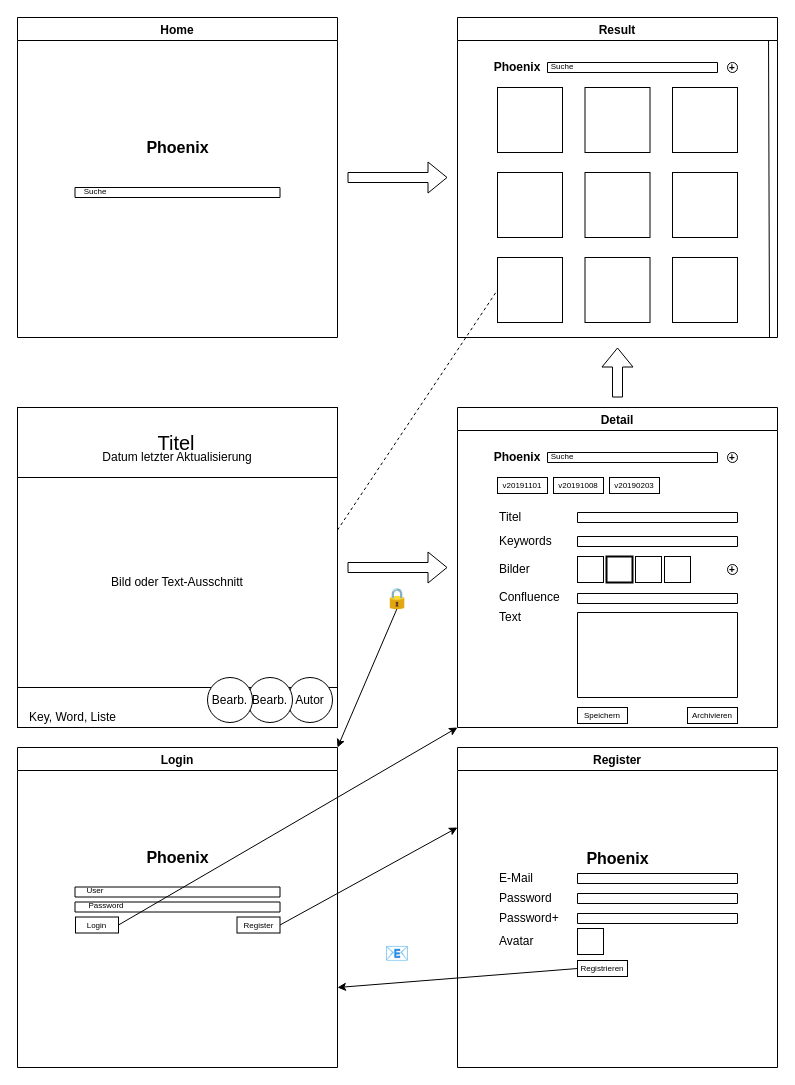
Skadisson/phoenix keeps this draw.io diagram as src/phoenix.drawio. Above is the earlier version. Source tidied: cells renumbered, new cells numbered last; positions are measured from the earlier drawing's top-left corner, leaving out a move shared by most shapes. Both pictures are drawn from the tidied source at 100%, with x=0, y=0 at pixel (17, 17).
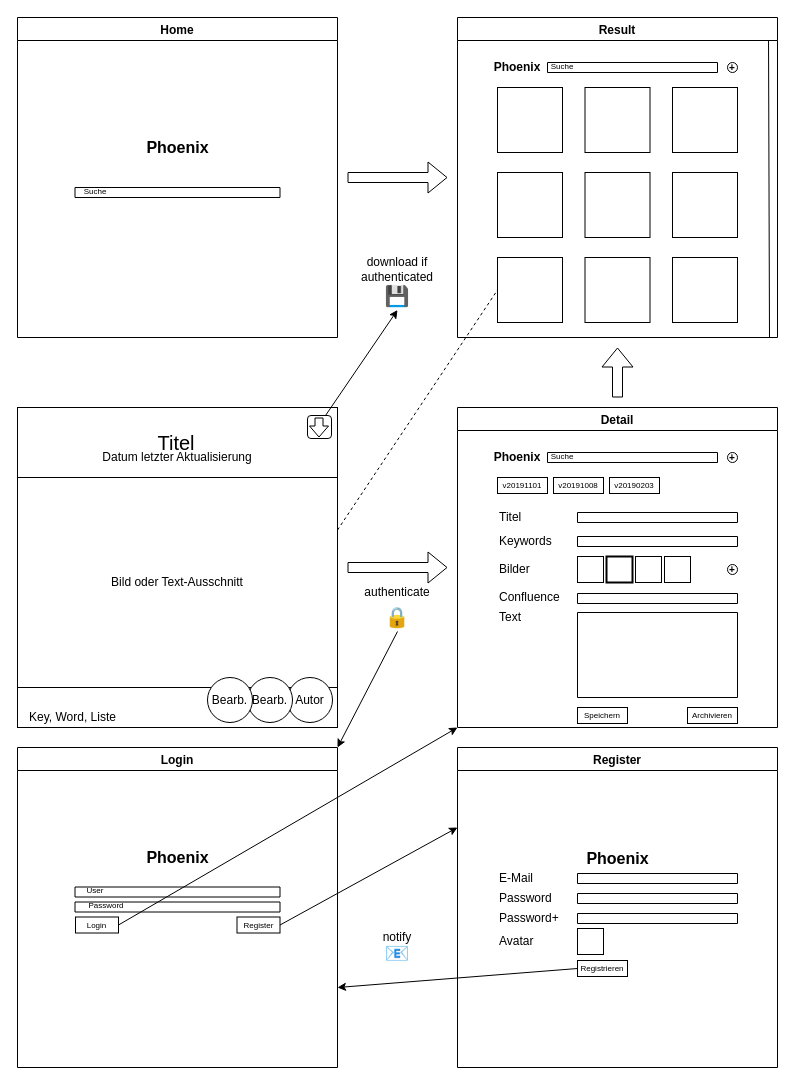
Above is the later version.

The change refers to these unchanged cells:
```xml
<mxCell id="60" value="Login" style="swimlane;" parent="1" vertex="1">
  <mxGeometry y="730" width="320" height="320" as="geometry" />
</mxCell>
```

The edit, as a diff of the source:
```diff
@@
-    <mxCell id="68" style="endArrow=classic;html=1;fontSize=8;entryX=1;entryY=0;entryDx=0;entryDy=0;entryPerimeter=0;" parent="1" edge="1" target="60">
-      <mxGeometry relative="1" as="geometry">
-        <mxPoint x="380" y="590" as="sourcePoint" />
-      </mxGeometry>
+    <mxCell id="68" style="endArrow=classic;html=1;fontSize=8;entryX=1;entryY=0;entryDx=0;entryDy=0;entryPerimeter=0;exitX=0.5;exitY=1;exitDx=0;exitDy=0;" parent="1" edge="1" source="69" target="60">
+      <mxGeometry relative="1" as="geometry" />
     </mxCell>
-    <mxCell id="69" value="🔒" style="text;html=1;strokeColor=none;fillColor=none;align=center;verticalAlign=middle;whiteSpace=wrap;rounded=0;fontSize=20;" parent="1" vertex="1">
-      <mxGeometry x="360" y="565" width="40" height="30" as="geometry" />
-    </mxCell>
@@
+    <mxCell id="85" style="rounded=1;whiteSpace=wrap;html=1;" parent="1" vertex="1">
+      <mxGeometry x="290" y="398" width="24" height="23" as="geometry" />
+    </mxCell>
+    <mxCell id="86" style="shape=flexArrow;endArrow=classic;html=1;endWidth=10;endSize=3.33;width=8;" parent="1" edge="1">
+      <mxGeometry relative="1" as="geometry">
+        <mxPoint x="301.5" y="400" as="sourcePoint" />
+        <mxPoint x="301.5" y="420" as="targetPoint" />
+      </mxGeometry>
+    </mxCell>
+    <mxCell id="87" value="&lt;a href=&quot;https://emojipedia.org/floppy-disk/&quot; style=&quot;color: rgb(102 , 0 , 153) ; cursor: pointer ; font-family: &amp;#34;arial&amp;#34; , sans-serif ; font-size: small ; text-align: left ; background-color: rgb(255 , 255 , 255)&quot;&gt;&lt;h3 class=&quot;LC20lb&quot; style=&quot;font-size: 20px ; font-weight: normal ; margin: 0px ; padding: 0px ; display: inline-block ; line-height: 1.3&quot;&gt;💾&lt;/h3&gt;&lt;/a&gt;" style="text;html=1;strokeColor=none;fillColor=none;align=center;verticalAlign=middle;whiteSpace=wrap;rounded=0;" parent="1" vertex="1">
+      <mxGeometry x="360" y="262.5" width="40" height="30" as="geometry" />
+    </mxCell>
+    <mxCell id="88" value="download if authenticated" style="text;html=1;strokeColor=none;fillColor=none;align=center;verticalAlign=middle;whiteSpace=wrap;rounded=0;" parent="1" vertex="1">
+      <mxGeometry x="340" y="230" width="80" height="43" as="geometry" />
+    </mxCell>
+    <mxCell id="89" value="authenticate" style="text;html=1;strokeColor=none;fillColor=none;align=center;verticalAlign=middle;whiteSpace=wrap;rounded=0;" parent="1" vertex="1">
+      <mxGeometry x="340" y="560" width="80" height="30" as="geometry" />
+    </mxCell>
+    <mxCell id="90" value="notify" style="text;html=1;strokeColor=none;fillColor=none;align=center;verticalAlign=middle;whiteSpace=wrap;rounded=0;" parent="1" vertex="1">
+      <mxGeometry x="340" y="905" width="80" height="30" as="geometry" />
+    </mxCell>
+    <mxCell id="69" value="🔒" style="text;html=1;strokeColor=none;fillColor=none;align=center;verticalAlign=middle;whiteSpace=wrap;rounded=0;fontSize=20;" parent="1" vertex="1">
+      <mxGeometry x="360" y="584" width="40" height="30" as="geometry" />
+    </mxCell>
+    <mxCell id="91" style="endArrow=classic;html=1;exitX=0.75;exitY=0;exitDx=0;exitDy=0;entryX=0.5;entryY=1;entryDx=0;entryDy=0;" parent="1" edge="1" source="85" target="87">
+      <mxGeometry relative="1" as="geometry" />
+    </mxCell>
```
